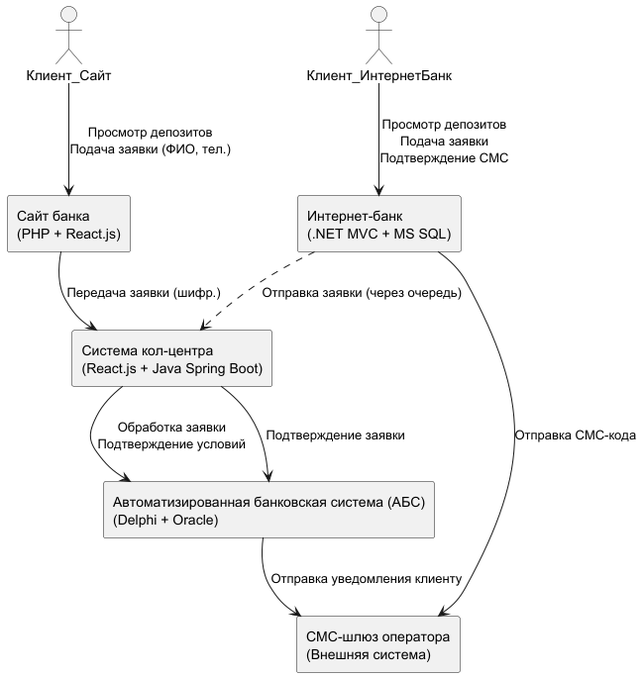
sabrinkaaaa/architecture-standart keeps this PlantUML diagram as Task4/c4-context-schema.png. Above is the earlier version.
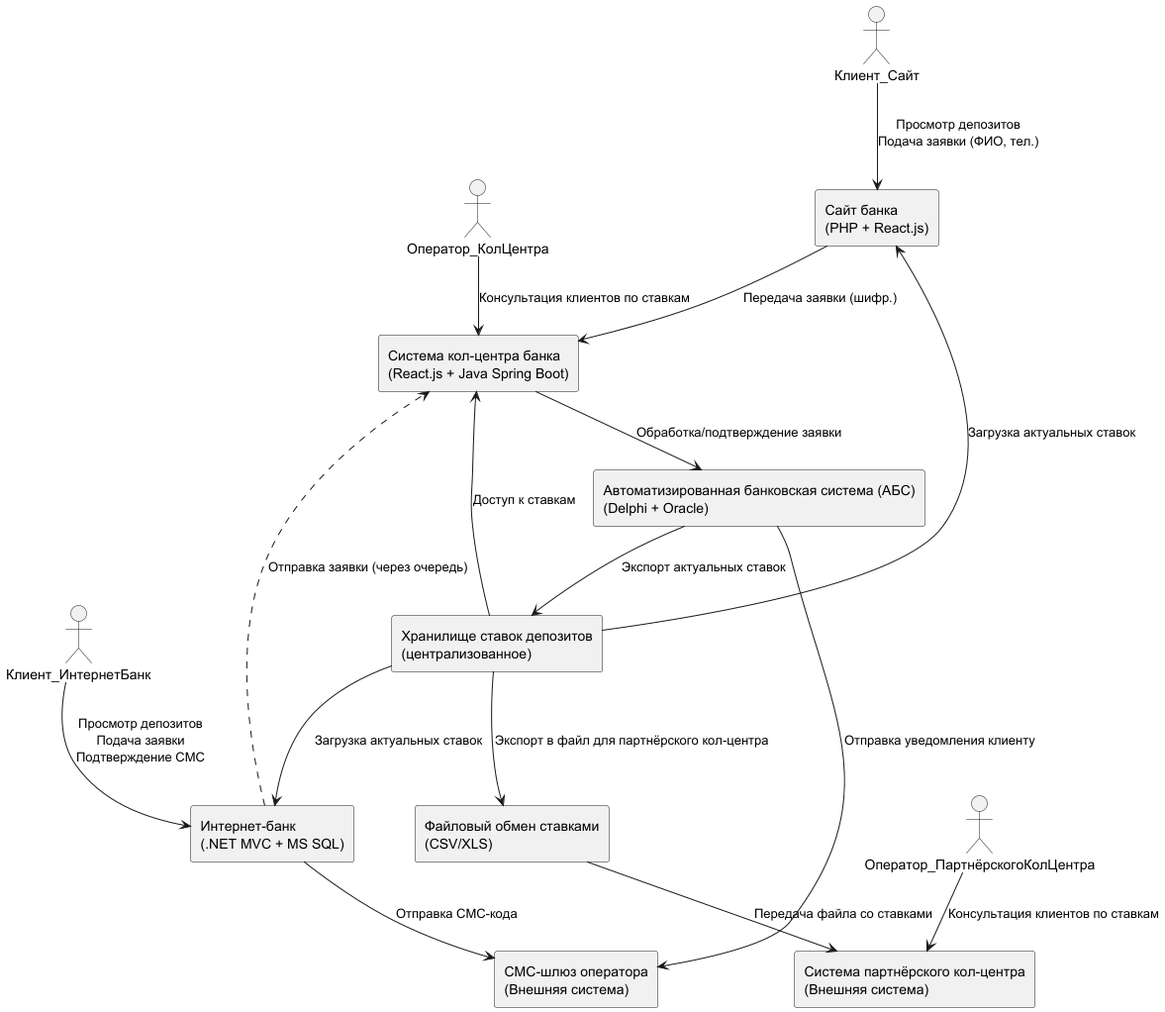
The same file after the commit.

What changed in the source:
```diff
@@ -3,19 +3,36 @@
 
 actor Клиент_Сайт as ClientSite
 actor Клиент_ИнтернетБанк as ClientInternetBank
+actor Оператор_КолЦентра as OperatorCC
+actor Оператор_ПартнёрскогоКолЦентра as OperatorPartnerCC
+
 rectangle "Сайт банка\n(PHP + React.js)" as Website
 rectangle "Интернет-банк\n(.NET MVC + MS SQL)" as InternetBank
-rectangle "Система кол-центра\n(React.js + Java Spring Boot)" as CallCenter
+rectangle "Система кол-центра банка\n(React.js + Java Spring Boot)" as CallCenter
+rectangle "Система партнёрского кол-центра\n(Внешняя система)" as PartnerCallCenter
 rectangle "Автоматизированная банковская система (АБС)\n(Delphi + Oracle)" as ABS
 rectangle "СМС-шлюз оператора\n(Внешняя система)" as SMSGateway
+rectangle "Хранилище ставок депозитов\n(централизованное)" as RatesStorage
+rectangle "Файловый обмен ставками\n(CSV/XLS)" as RatesFileExchange
 
 ClientSite --> Website : Просмотр депозитов\nПодача заявки (ФИО, тел.)
+ClientInternetBank --> InternetBank : Просмотр депозитов\nПодача заявки\nПодтверждение СМС
+
+ABS --> RatesStorage : Экспорт актуальных ставок
+RatesStorage --> Website : Загрузка актуальных ставок
+RatesStorage --> InternetBank : Загрузка актуальных ставок
+RatesStorage --> CallCenter : Доступ к ставкам
+RatesStorage --> RatesFileExchange : Экспорт в файл для партнёрского кол-центра
+RatesFileExchange --> PartnerCallCenter : Передача файла со ставками
+
+OperatorCC --> CallCenter : Консультация клиентов по ставкам
+OperatorPartnerCC --> PartnerCallCenter : Консультация клиентов по ставкам
+
 Website --> CallCenter : Передача заявки (шифр.)
-CallCenter --> ABS : Обработка заявки\nПодтверждение условий
-ClientInternetBank --> InternetBank : Просмотр депозитов\nПодача заявки\nПодтверждение СМС
+InternetBank ..> CallCenter : Отправка заявки (через очередь)
+CallCenter --> ABS : Обработка/подтверждение заявки
+
 InternetBank --> SMSGateway : Отправка СМС-кода
-InternetBank ..> CallCenter : Отправка заявки (через очередь)
-CallCenter --> ABS : Подтверждение заявки
 ABS --> SMSGateway : Отправка уведомления клиенту
 
 @enduml
```
